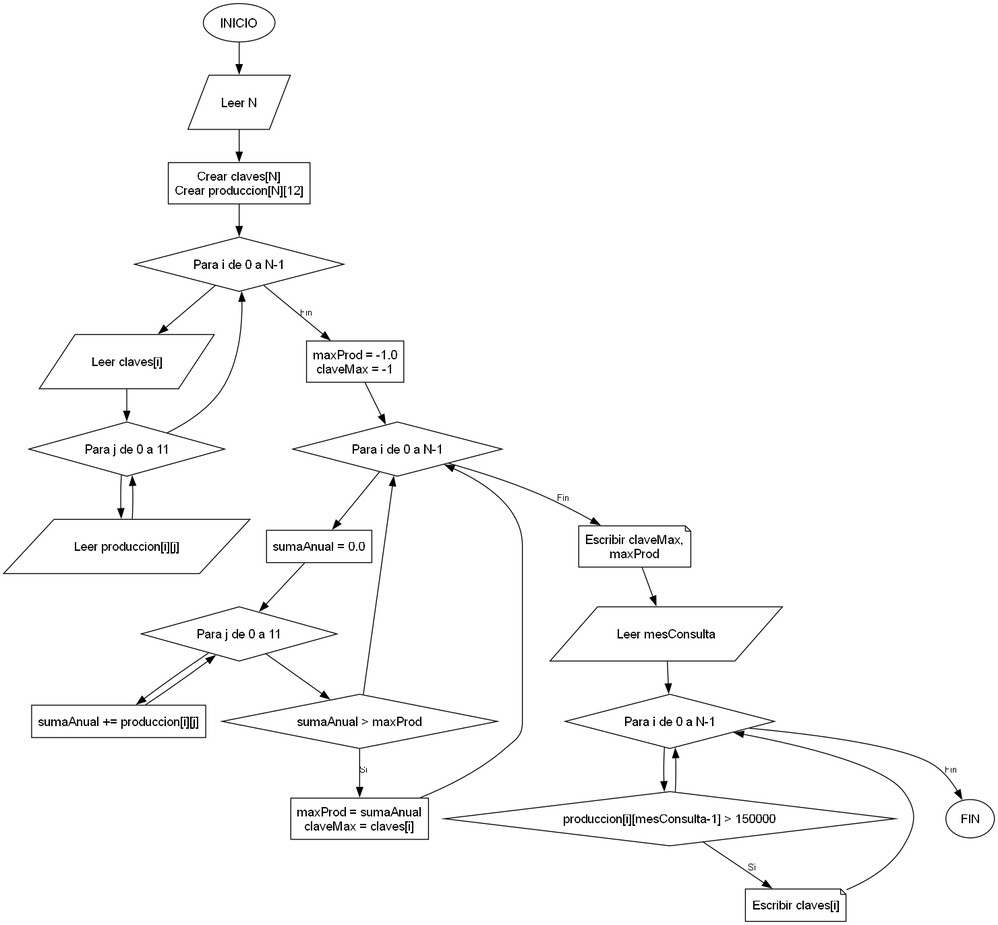
The Graphviz diagram Ejercicios/PS_4_22/Diagrama/PS_4_22.png in 23Leilany166/java-tutor-tics, before a commit. Its source is kept beside it as Ejercicios/PS_4_22/Diagrama/PS_4_22.dot.
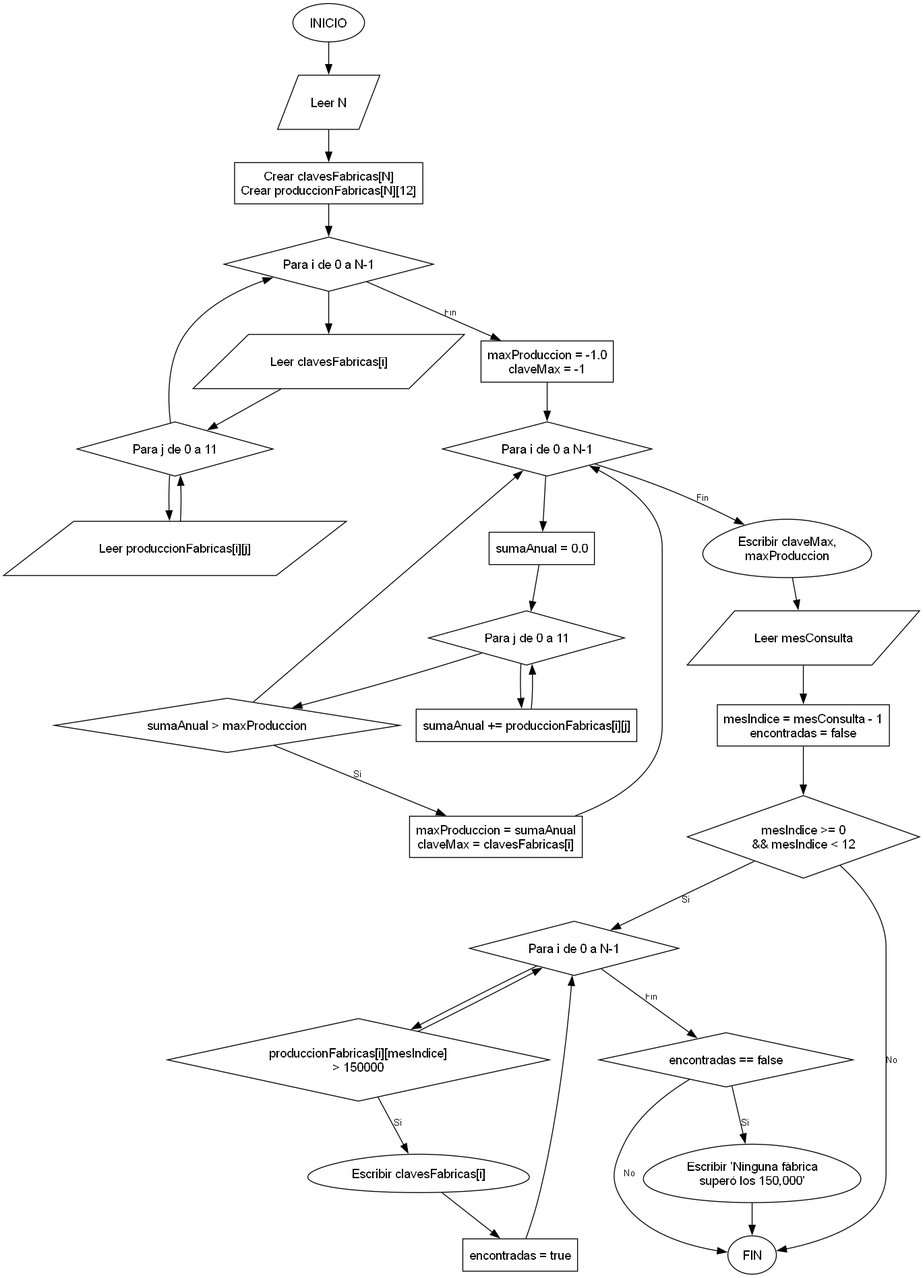
Above is the later version.

Change to the diagram source:
```diff
@@ -5,25 +5,30 @@
 
     INICIO [shape=ellipse, label="INICIO"];
     LEER_N [shape=parallelogram, label="Leer N"];
-    CREAR_ARREGLOS [label="Crear claves[N]\nCrear produccion[N][12]"];
+    CREAR_ARREGLOS [label="Crear clavesFabricas[N]\nCrear produccionFabricas[N][12]"];
     BUCLE_I_LEER [shape=diamond, label="Para i de 0 a N-1"];
-    LEER_CLAVE [shape=parallelogram, label="Leer claves[i]"];
+    LEER_CLAVE [shape=parallelogram, label="Leer clavesFabricas[i]"];
     BUCLE_J_LEER [shape=diamond, label="Para j de 0 a 11"];
-    LEER_PROD [shape=parallelogram, label="Leer produccion[i][j]"];
+    LEER_PROD [shape=parallelogram, label="Leer produccionFabricas[i][j]"];
 
-    INIT_A [label="maxProd = -1.0\nclaveMax = -1"];
+    INIT_A [label="maxProduccion = -1.0\nclaveMax = -1"];
     BUCLE_I_A [shape=diamond, label="Para i de 0 a N-1"];
     INIT_SUMA [label="sumaAnual = 0.0"];
     BUCLE_J_A [shape=diamond, label="Para j de 0 a 11"];
-    SUMAR_PROD [label="sumaAnual += produccion[i][j]"];
-    COND_MAX [shape=diamond, label="sumaAnual > maxProd"];
-    SET_MAX [label="maxProd = sumaAnual\nclaveMax = claves[i]"];
-    IMPRIMIR_A [shape=note, label="Escribir claveMax,\nmaxProd"];
+    SUMAR_PROD [label="sumaAnual += produccionFabricas[i][j]"];
+    COND_MAX [shape=diamond, label="sumaAnual > maxProduccion"];
+    SET_MAX [label="maxProduccion = sumaAnual\nclaveMax = clavesFabricas[i]"];
+    IMPRIMIR_A [shape=egg, label="Escribir claveMax,\nmaxProduccion"];
 
     LEER_MES [shape=parallelogram, label="Leer mesConsulta"];
+    CALC_INDICE [label="mesIndice = mesConsulta - 1\nencontradas = false"];
+    VALIDAR_MES [shape=diamond, label="mesIndice >= 0\n&& mesIndice < 12"];
     BUCLE_I_B [shape=diamond, label="Para i de 0 a N-1"];
-    COND_PROD_B [shape=diamond, label="produccion[i][mesConsulta-1] > 150000"];
-    IMPRIMIR_B [shape=note, label="Escribir claves[i]"];
+    COND_PROD_B [shape=diamond, label="produccionFabricas[i][mesIndice]\n> 150000"];
+    IMPRIMIR_B [shape=egg, label="Escribir clavesFabricas[i]"];
+    SET_ENCONTRADAS [label="encontradas = true"];
+    COND_ENCONTRADAS [shape=diamond, label="encontradas == false"];
+    IMPRIMIR_NO_ENC [shape=egg, label="Escribir 'Ninguna fábrica\nsuperó los 150,000'"];
     FIN [shape=ellipse, label="FIN"];
 
     INICIO -> LEER_N -> CREAR_ARREGLOS -> BUCLE_I_LEER -> LEER_CLAVE -> BUCLE_J_LEER -> LEER_PROD -> BUCLE_J_LEER -> BUCLE_I_LEER;
@@ -32,8 +37,14 @@
     COND_MAX -> SET_MAX [label="Si"];
     SET_MAX -> BUCLE_I_A;
     BUCLE_I_A -> IMPRIMIR_A [label="Fin"];
-    IMPRIMIR_A -> LEER_MES -> BUCLE_I_B -> COND_PROD_B -> BUCLE_I_B;
+    IMPRIMIR_A -> LEER_MES -> CALC_INDICE -> VALIDAR_MES;
+    VALIDAR_MES -> BUCLE_I_B [label="Si"];
+    VALIDAR_MES -> FIN [label="No"];
+    BUCLE_I_B -> COND_PROD_B -> BUCLE_I_B;
     COND_PROD_B -> IMPRIMIR_B [label="Si"];
-    IMPRIMIR_B -> BUCLE_I_B;
-    BUCLE_I_B -> FIN [label="Fin"];
+    IMPRIMIR_B -> SET_ENCONTRADAS -> BUCLE_I_B;
+    BUCLE_I_B -> COND_ENCONTRADAS [label="Fin"];
+    COND_ENCONTRADAS -> IMPRIMIR_NO_ENC [label="Si"];
+    COND_ENCONTRADAS -> FIN [label="No"];
+    IMPRIMIR_NO_ENC -> FIN;
 }
```
